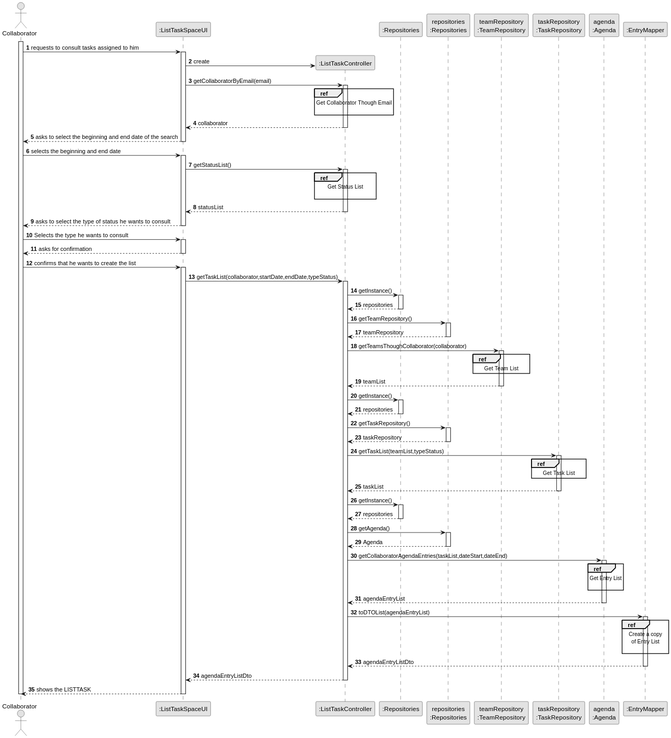
This is docs/sprintC/us028/03.design/svg/us028-sequence-diagram-split.svg from diogoveirospro/lei-24-s2-1dg-g072, a PlantUML export, as it was before one commit.
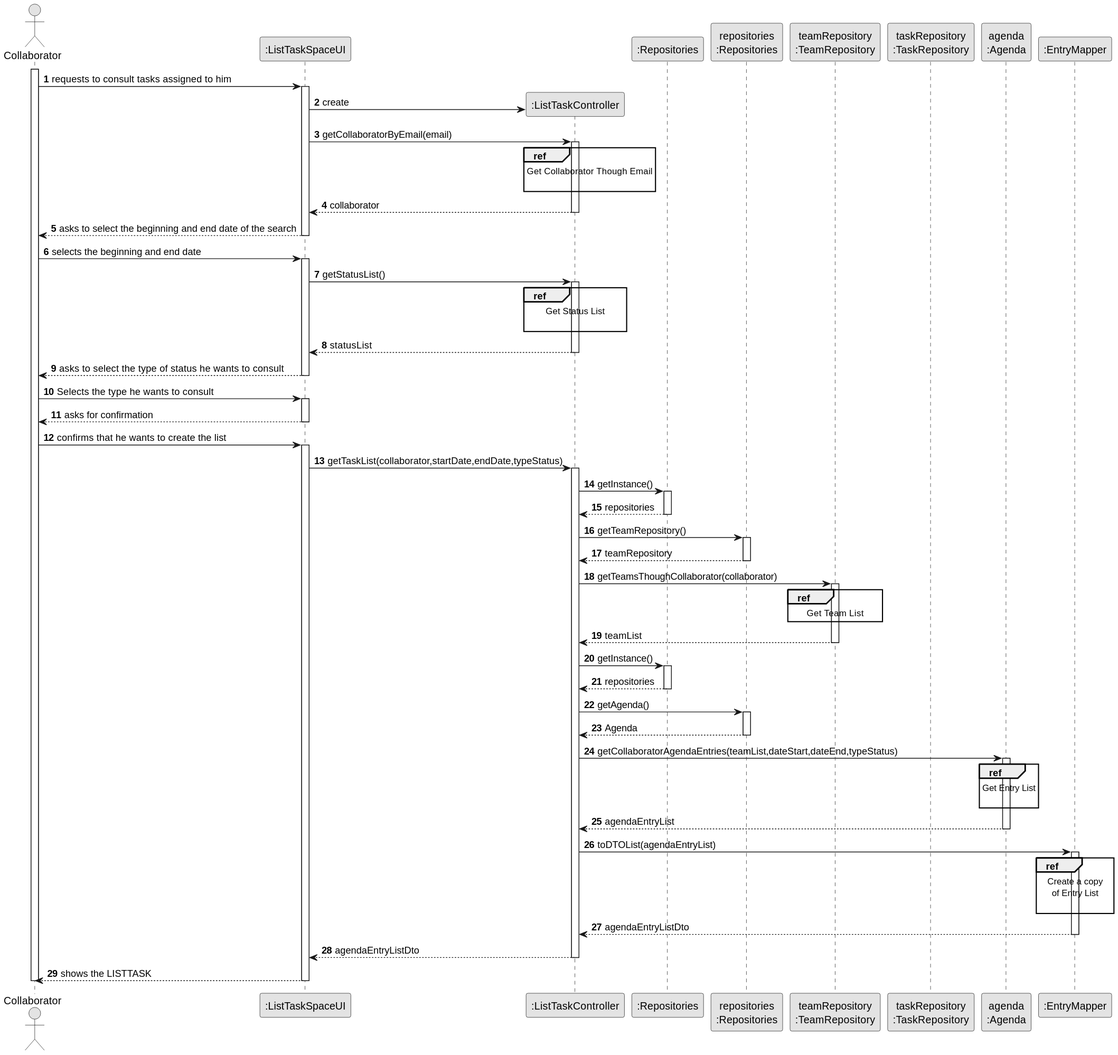
After the commit.

Change to the diagram source:
```diff
@@ -87,25 +87,7 @@
             teamRepository --> CTRL : teamList
             deactivate teamRepository
 
-        CTRL -> RepositorySingleton : getInstance()
-            activate RepositorySingleton
 
-            RepositorySingleton --> CTRL : repositories
-            deactivate RepositorySingleton
-
-        CTRL -> REP : getTaskRepository()
-            activate REP
-
-            REP --> CTRL : taskRepository
-            deactivate REP
-
-        CTRL -> taskRepository : getTaskList(teamList,typeStatus)
-            activate taskRepository
-                ref over taskRepository
-                    Get Task List
-                end
-            taskRepository --> CTRL : taskList
-        deactivate taskRepository
 
 
         CTRL -> RepositorySingleton : getInstance()
@@ -120,7 +102,7 @@
             REP --> CTRL : Agenda
             deactivate REP
 
-        CTRL -> AGENDA : getCollaboratorAgendaEntries(taskList,dateStart,dateEnd)
+        CTRL -> AGENDA : getCollaboratorAgendaEntries(teamList,dateStart,dateEnd,typeStatus)
             activate AGENDA
 
                 ref over AGENDA
```
